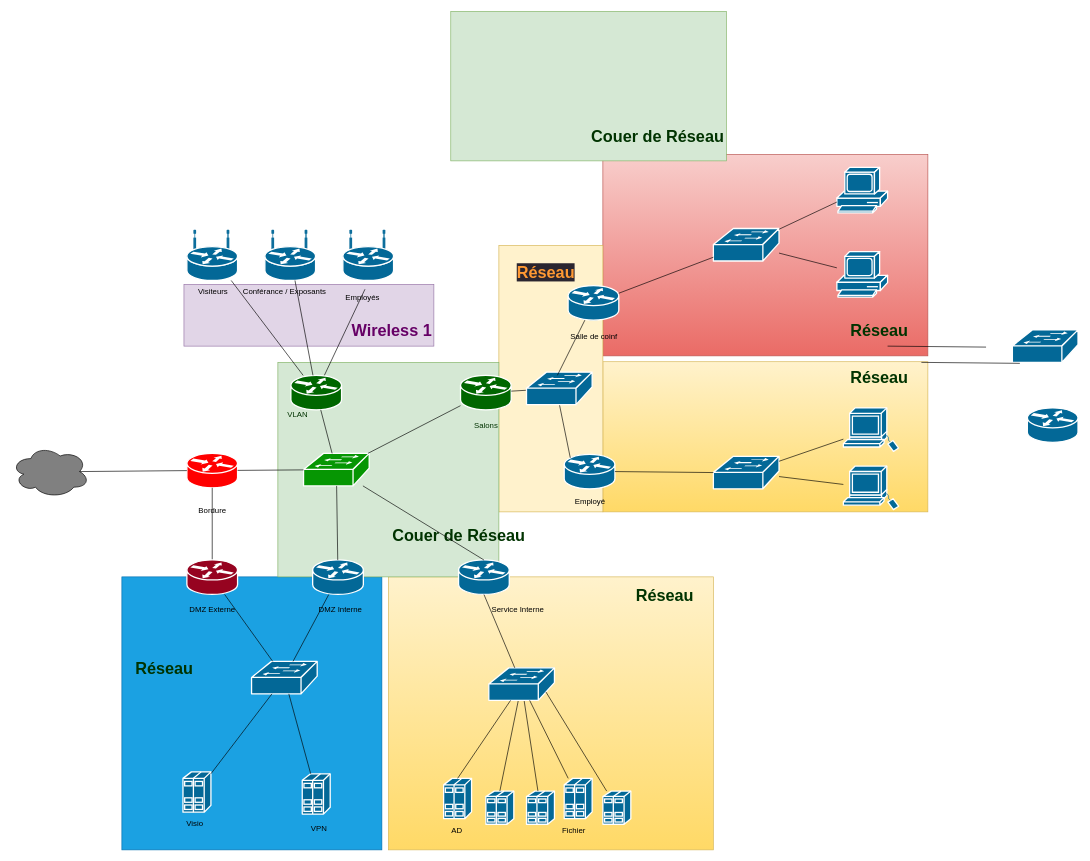
The draw.io diagram Schema Avec formateur Topologie V1.drawio in Hayderalhomsi/epsi-asrc-b2m2-tp2-projet, before the edit. Source tidied: cells renumbered, new cells numbered last; positions are measured from the earlier drawing's top-left corner, leaving out a move shared by most shapes. Both pictures are drawn from the tidied source at 65%, with x=0, y=0 at pixel (11, 11).
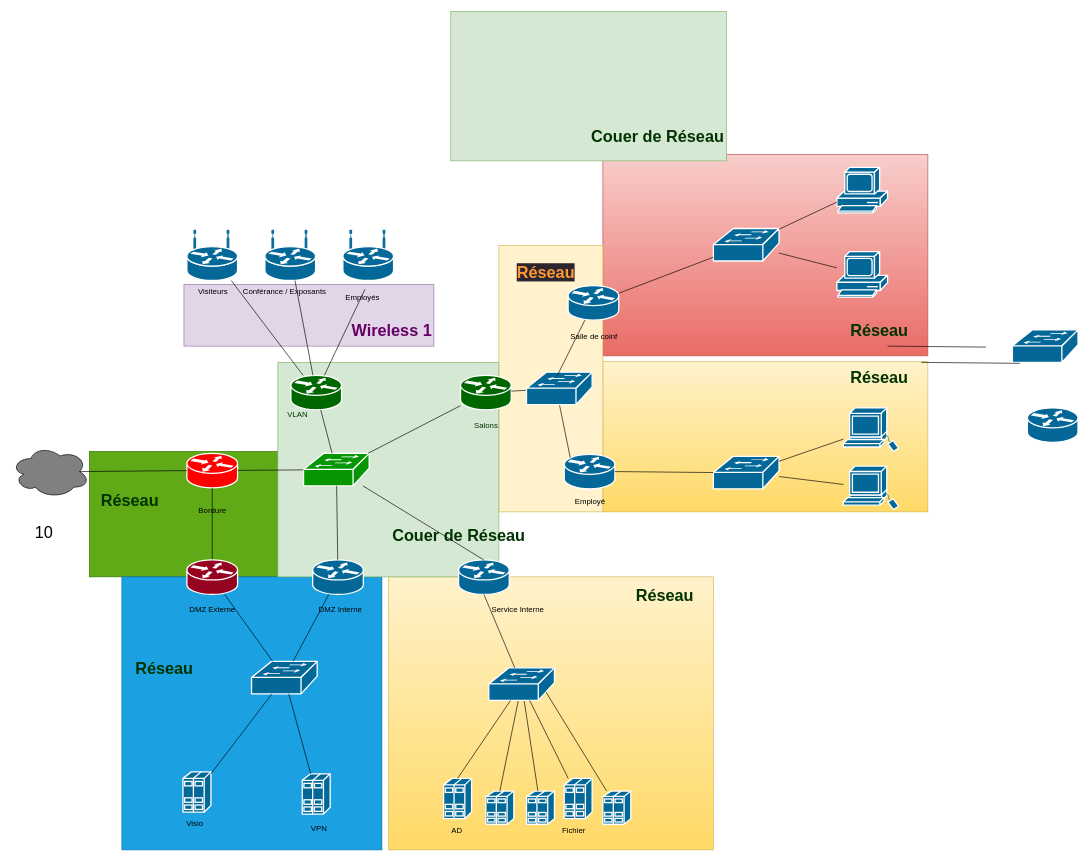
Above is the later version.

Change to the diagram source:
```diff
@@
+    <mxCell id="101" style="group;fillColor=#60a917;strokeColor=#2D7600;fontColor=#ffffff;" parent="1" vertex="1">
+      <mxGeometry x="120" y="677" width="295" height="193" as="geometry" />
+    </mxCell>
+    <mxCell id="102" value="&lt;font size=&quot;1&quot; color=&quot;#003300&quot;&gt;&lt;b style=&quot;font-size: 25px;&quot;&gt;Réseau&lt;/b&gt;&lt;/font&gt;" style="text;html=1;align=center;verticalAlign=middle;strokeColor=none;fillColor=none;" parent="101" vertex="1">
+      <mxGeometry x="7.4" y="55.1" width="110" height="40" as="geometry" />
+    </mxCell>
@@
+    <mxCell id="103" value="10" style="text;html=1;align=center;verticalAlign=middle;strokeColor=none;fillColor=none;fontSize=25;fontColor=#000000;" parent="1" vertex="1">
+      <mxGeometry x="25" y="780" width="50" height="40" as="geometry" />
+    </mxCell>
```
